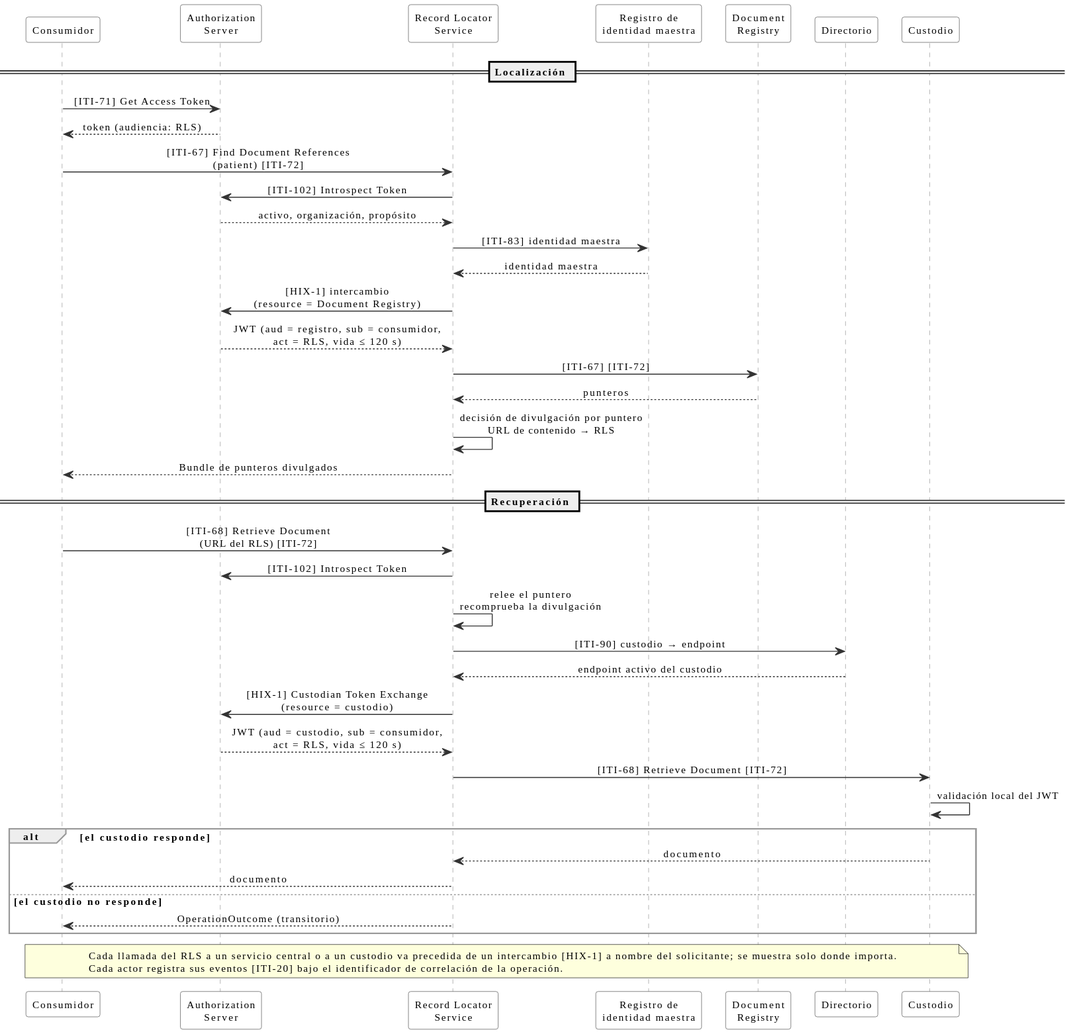
The PlantUML diagram input/images/hix-flujo-localizacion.svg in meddyg/HIX, before a commit.
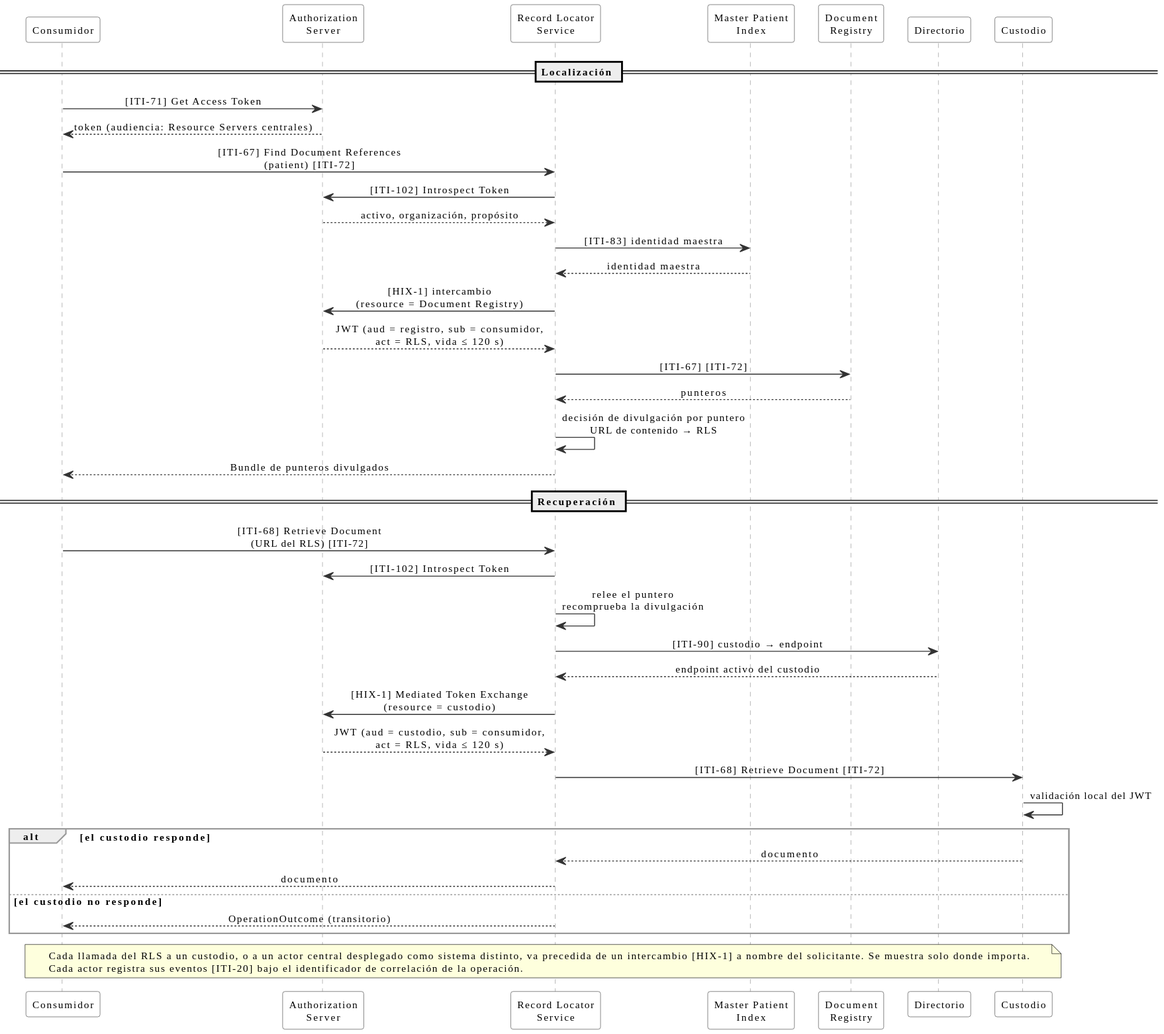
The same file after the commit.

Diff of the diagram source:
```diff
@@ -15,14 +15,14 @@
 participant "Consumidor" as C
 participant "Authorization\nServer" as AS
 participant "Record Locator\nService" as RLS
-participant "Registro de\nidentidad maestra" as PMIR
+participant "Master Patient\nIndex" as PMIR
 participant "Document\nRegistry" as REG
 participant "Directorio" as DIR
 participant "Custodio" as K
 
 == Localización ==
 C -> AS : [ITI-71] Get Access Token
-AS --> C : token (audiencia: RLS)
+AS --> C : token (audiencia: Resource Servers centrales)
 C -> RLS : [ITI-67] Find Document References\n(patient) [ITI-72]
 RLS -> AS : [ITI-102] Introspect Token
 AS --> RLS : activo, organización, propósito
@@ -41,7 +41,7 @@
 RLS -> RLS : relee el puntero\nrecomprueba la divulgación
 RLS -> DIR : [ITI-90] custodio → endpoint
 DIR --> RLS : endpoint activo del custodio
-RLS -> AS : [HIX-1] Custodian Token Exchange\n(resource = custodio)
+RLS -> AS : [HIX-1] Mediated Token Exchange\n(resource = custodio)
 AS --> RLS : JWT (aud = custodio, sub = consumidor,\nact = RLS, vida ≤ 120 s)
 RLS -> K : [ITI-68] Retrieve Document [ITI-72]
 K -> K : validación local del JWT
@@ -51,5 +51,5 @@
 else el custodio no responde
   RLS --> C : OperationOutcome (transitorio)
 end
-note over C, K : Cada llamada del RLS a un servicio central o a un custodio va precedida de un intercambio [HIX-1] a nombre del solicitante; se muestra solo donde importa.\nCada actor registra sus eventos [ITI-20] bajo el identificador de correlación de la operación.
+note over C, K : Cada llamada del RLS a un custodio, o a un actor central desplegado como sistema distinto, va precedida de un intercambio [HIX-1] a nombre del solicitante. Se muestra solo donde importa.\nCada actor registra sus eventos [ITI-20] bajo el identificador de correlación de la operación.
 @enduml
```
